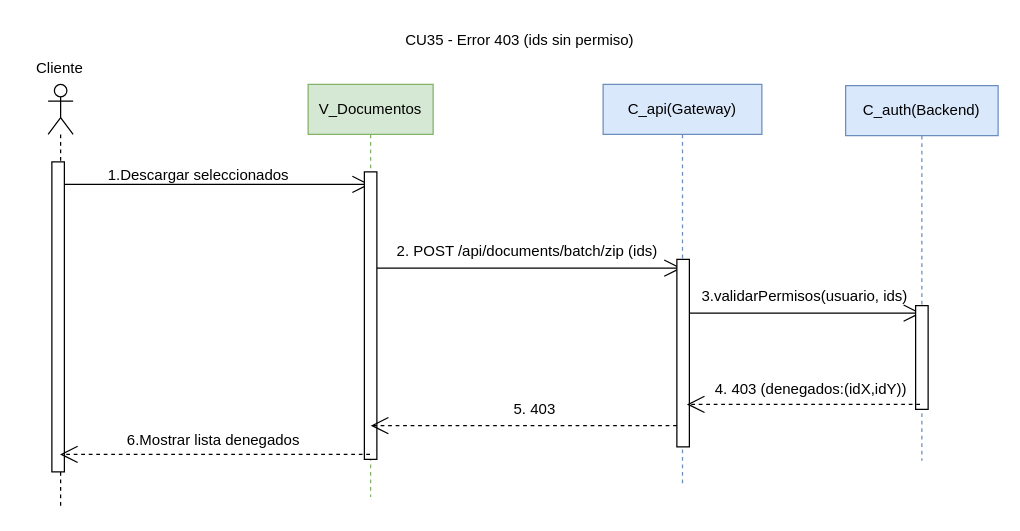
This is page "CU35" (2 of 8) of INCREMENTO 3/Diagrama de secuencia(Error).drawio from Shizars/Proyecto-ing-soft-1-y-2, a draw.io file, before an edit. Source tidied: cells renumbered, new cells numbered last; positions are measured from the earlier drawing's top-left corner, leaving out a move shared by most shapes. Both pictures are drawn from the tidied source at 125%, with x=0, y=0 at pixel (21, 21).
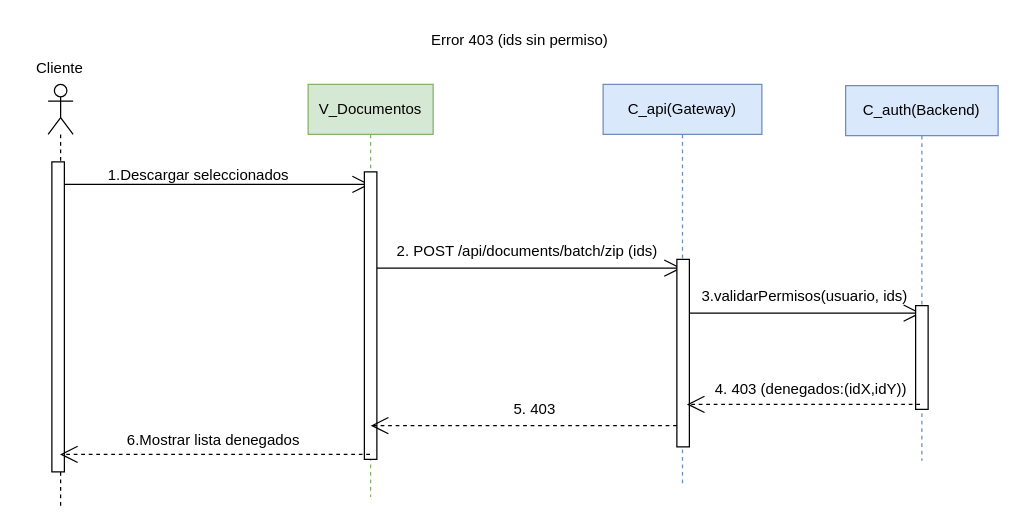
The same diagram, later.

Commit message (it also covers changes not shown here):
Trazabilidad: Actualización Diagramas Secuencia(Error)

What changed in the source:
```diff
@@
-    <mxCell id="21" value="CU35 - Error 403 (ids sin permiso)" style="text;html=1;align=center;verticalAlign=middle;strokeColor=none;fillColor=none;" parent="1" vertex="1">
-      <mxGeometry x="293" width="210" height="30" as="geometry" />
+    <mxCell id="21" value="Error 403 (ids sin permiso)" style="text;html=1;align=center;verticalAlign=middle;strokeColor=none;fillColor=none;" parent="1" vertex="1">
+      <mxGeometry x="318" width="160" height="30" as="geometry" />
     </mxCell>
```
